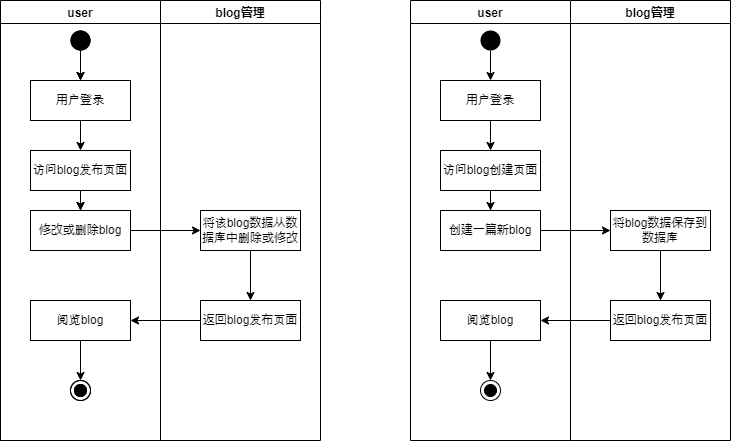
shitsumazyo/TestWeb keeps this draw.io diagram as graph/activity3-Page-1.drawio.png. Above is the earlier version. Source tidied: cells renumbered, new cells last; positions are measured from the earlier drawing's top-left corner, leaving out a move shared by most shapes.
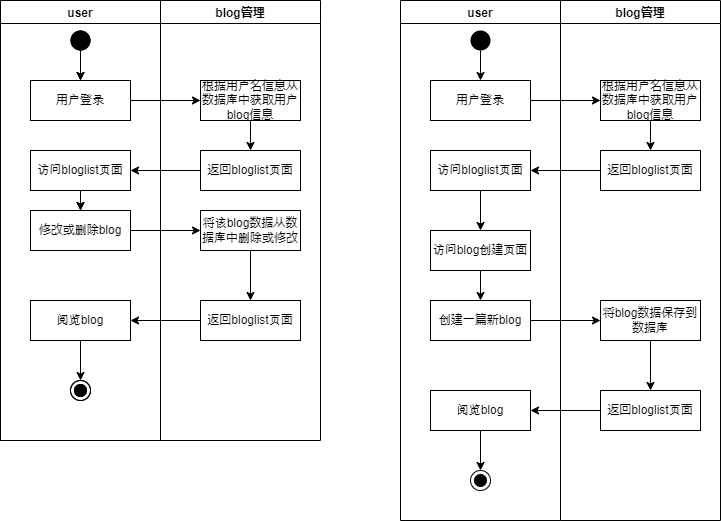
After the commit.

What changed in the source:
```diff
@@ -3,13 +3,13 @@
     <mxCell id="0" />
     <mxCell id="1" parent="0" />
     <mxCell id="2" value="user" style="swimlane;startSize=23;" parent="1" vertex="1">
-      <mxGeometry x="410" width="160" height="440" as="geometry" />
+      <mxGeometry x="400" width="160" height="520" as="geometry" />
     </mxCell>
     <mxCell id="3" style="edgeStyle=orthogonalEdgeStyle;rounded=0;jettySize=auto;html=1;" parent="2" edge="1" source="4" target="7">
       <mxGeometry relative="1" as="geometry" />
     </mxCell>
     <mxCell id="4" value="访问blog创建页面" style="rounded=0;whiteSpace=wrap;html=1;" parent="2" vertex="1">
-      <mxGeometry x="30" y="150" width="100" height="40" as="geometry" />
+      <mxGeometry x="30" y="230" width="100" height="40" as="geometry" />
     </mxCell>
     <mxCell id="5" style="ellipse;fillColor=#000000;strokeColor=none;" parent="2" vertex="1">
       <mxGeometry x="70" y="30" width="20" height="20" as="geometry" />
@@ -20,43 +20,53 @@
       </mxGeometry>
     </mxCell>
     <mxCell id="7" value="创建一篇新blog" style="rounded=0;whiteSpace=wrap;html=1;" parent="2" vertex="1">
-      <mxGeometry x="30" y="210" width="100" height="40" as="geometry" />
+      <mxGeometry x="30" y="300" width="100" height="40" as="geometry" />
     </mxCell>
     <mxCell id="8" value="阅览blog" style="rounded=0;whiteSpace=wrap;html=1;" parent="2" vertex="1">
-      <mxGeometry x="30" y="300" width="100" height="40" as="geometry" />
+      <mxGeometry x="30" y="390" width="100" height="40" as="geometry" />
     </mxCell>
     <mxCell id="9" style="ellipse;html=1;shape=endState;fillColor=#000000;strokeColor=#000000;rounded=0;shadow=0;glass=0;sketch=0;" parent="2" vertex="1">
-      <mxGeometry x="70" y="380" width="20" height="20" as="geometry" />
+      <mxGeometry x="70" y="470" width="20" height="20" as="geometry" />
     </mxCell>
     <mxCell id="10" value="用户登录" style="rounded=0;whiteSpace=wrap;html=1;" parent="2" vertex="1">
       <mxGeometry x="30" y="80" width="100" height="40" as="geometry" />
     </mxCell>
-    <mxCell id="11" style="endArrow=classic;html=1;rounded=0;fontSize=17;exitX=0.5;exitY=1;exitDx=0;exitDy=0;entryX=0.5;entryY=0;entryDx=0;entryDy=0;" parent="2" edge="1" source="10" target="4">
-      <mxGeometry relative="1" as="geometry" />
-    </mxCell>
+    <mxCell id="44" value="访问bloglist页面" style="rounded=0;whiteSpace=wrap;html=1;" parent="2" vertex="1">
+      <mxGeometry x="30" y="150" width="100" height="40" as="geometry" />
+    </mxCell>
+    <mxCell id="45" style="endArrow=classic;html=1;rounded=0;fontSize=17;exitX=0.5;exitY=1;exitDx=0;exitDy=0;" parent="2" edge="1" source="44" target="4">
+      <mxGeometry relative="1" as="geometry" />
+    </mxCell>
+    <mxCell id="46" style="endArrow=classic;html=1;rounded=0;fontSize=17;exitX=0.5;exitY=1;exitDx=0;exitDy=0;entryX=0.5;entryY=0;entryDx=0;entryDy=0;" parent="2" edge="1" source="8" target="9">
+      <mxGeometry relative="1" as="geometry" />
+    </mxCell>
     <mxCell id="12" value="blog管理" style="swimlane;startSize=23;gradientColor=none;rounded=0;" parent="1" vertex="1">
-      <mxGeometry x="570" width="160" height="440" as="geometry" />
+      <mxGeometry x="560" width="160" height="520" as="geometry" />
     </mxCell>
     <mxCell id="13" value="将blog数据保存到数据库" style="rounded=0;whiteSpace=wrap;html=1;" parent="12" vertex="1">
-      <mxGeometry x="40" y="210" width="100" height="40" as="geometry" />
+      <mxGeometry x="40" y="300" width="100" height="40" as="geometry" />
     </mxCell>
-    <mxCell id="14" value="返回blog发布页面" style="rounded=0;whiteSpace=wrap;html=1;" parent="12" vertex="1">
-      <mxGeometry x="40" y="300" width="100" height="40" as="geometry" />
+    <mxCell id="14" value="返回bloglist页面" style="rounded=0;whiteSpace=wrap;html=1;" parent="12" vertex="1">
+      <mxGeometry x="40" y="390" width="100" height="40" as="geometry" />
     </mxCell>
     <mxCell id="15" style="endArrow=classic;html=1;rounded=0;entryX=0.5;entryY=0;entryDx=0;entryDy=0;exitX=0.5;exitY=1;exitDx=0;exitDy=0;" parent="12" edge="1" source="13" target="14">
       <mxGeometry relative="1" as="geometry" />
     </mxCell>
+    <mxCell id="47" value="根据用户名信息从数据库中获取用户blog信息" style="rounded=0;whiteSpace=wrap;html=1;" parent="12" vertex="1">
+      <mxGeometry x="40" y="80" width="100" height="40" as="geometry" />
+    </mxCell>
+    <mxCell id="48" value="返回bloglist页面" style="rounded=0;whiteSpace=wrap;html=1;" parent="12" vertex="1">
+      <mxGeometry x="40" y="150" width="100" height="40" as="geometry" />
+    </mxCell>
+    <mxCell id="49" style="endArrow=classic;html=1;rounded=0;fontSize=17;exitX=0.5;exitY=1;exitDx=0;exitDy=0;entryX=0.5;entryY=0;entryDx=0;entryDy=0;" parent="12" edge="1" source="47" target="48">
+      <mxGeometry relative="1" as="geometry" />
+    </mxCell>
     <mxCell id="16" style="endArrow=classic;html=1;rounded=0;exitX=1;exitY=0.5;exitDx=0;exitDy=0;entryX=0;entryY=0.5;entryDx=0;entryDy=0;" parent="1" edge="1" source="7" target="13">
       <mxGeometry relative="1" as="geometry" />
     </mxCell>
     <mxCell id="17" style="endArrow=classic;html=1;rounded=0;exitX=0;exitY=0.5;exitDx=0;exitDy=0;entryX=1;entryY=0.5;entryDx=0;entryDy=0;" parent="1" edge="1" source="14" target="8">
       <mxGeometry relative="1" as="geometry" />
     </mxCell>
-    <mxCell id="18" style="endArrow=classic;html=1;rounded=0;exitX=0.5;exitY=1;exitDx=0;exitDy=0;" parent="1" edge="1" source="8">
-      <mxGeometry relative="1" as="geometry">
-        <mxPoint x="490" y="380" as="targetPoint" />
-      </mxGeometry>
-    </mxCell>
     <mxCell id="19" value="user" style="swimlane;startSize=23;" parent="1" vertex="1">
       <mxGeometry width="160" height="440" as="geometry" />
     </mxCell>
@@ -89,7 +99,7 @@
     <mxCell id="28" style="edgeStyle=orthogonalEdgeStyle;rounded=0;jettySize=auto;html=1;" parent="27" edge="1" source="29" target="32">
       <mxGeometry relative="1" as="geometry" />
     </mxCell>
-    <mxCell id="29" value="访问blog发布页面" style="rounded=0;whiteSpace=wrap;html=1;" parent="27" vertex="1">
+    <mxCell id="29" value="访问bloglist页面" style="rounded=0;whiteSpace=wrap;html=1;" parent="27" vertex="1">
       <mxGeometry x="30" y="150" width="100" height="40" as="geometry" />
     </mxCell>
     <mxCell id="30" style="ellipse;fillColor=#000000;strokeColor=none;" parent="27" vertex="1">
@@ -112,21 +122,24 @@
     <mxCell id="35" value="用户登录" style="rounded=0;whiteSpace=wrap;html=1;" parent="27" vertex="1">
       <mxGeometry x="30" y="80" width="100" height="40" as="geometry" />
     </mxCell>
-    <mxCell id="36" style="endArrow=classic;html=1;rounded=0;fontSize=17;exitX=0.5;exitY=1;exitDx=0;exitDy=0;entryX=0.5;entryY=0;entryDx=0;entryDy=0;" parent="27" edge="1" source="35" target="29">
-      <mxGeometry relative="1" as="geometry" />
-    </mxCell>
     <mxCell id="37" value="blog管理" style="swimlane;startSize=23;gradientColor=none;rounded=0;" parent="1" vertex="1">
       <mxGeometry x="160" width="160" height="440" as="geometry" />
     </mxCell>
     <mxCell id="38" value="将该blog数据从数据库中删除或修改" style="rounded=0;whiteSpace=wrap;html=1;" parent="37" vertex="1">
       <mxGeometry x="40" y="210" width="100" height="40" as="geometry" />
     </mxCell>
-    <mxCell id="39" value="返回blog发布页面" style="rounded=0;whiteSpace=wrap;html=1;" parent="37" vertex="1">
+    <mxCell id="39" value="返回bloglist页面" style="rounded=0;whiteSpace=wrap;html=1;" parent="37" vertex="1">
       <mxGeometry x="40" y="300" width="100" height="40" as="geometry" />
     </mxCell>
     <mxCell id="40" style="endArrow=classic;html=1;rounded=0;entryX=0.5;entryY=0;entryDx=0;entryDy=0;exitX=0.5;exitY=1;exitDx=0;exitDy=0;" parent="37" edge="1" source="38" target="39">
       <mxGeometry relative="1" as="geometry" />
     </mxCell>
+    <mxCell id="50" value="根据用户名信息从数据库中获取用户blog信息" style="rounded=0;whiteSpace=wrap;html=1;" parent="37" vertex="1">
+      <mxGeometry x="40" y="80" width="100" height="40" as="geometry" />
+    </mxCell>
+    <mxCell id="51" value="返回bloglist页面" style="rounded=0;whiteSpace=wrap;html=1;" parent="37" vertex="1">
+      <mxGeometry x="40" y="150" width="100" height="40" as="geometry" />
+    </mxCell>
     <mxCell id="41" style="endArrow=classic;html=1;rounded=0;exitX=1;exitY=0.5;exitDx=0;exitDy=0;entryX=0;entryY=0.5;entryDx=0;entryDy=0;" parent="1" edge="1" source="24" target="38">
       <mxGeometry relative="1" as="geometry" />
     </mxCell>
@@ -138,5 +151,24 @@
         <mxPoint x="80" y="380" as="targetPoint" />
       </mxGeometry>
     </mxCell>
+    <mxCell id="52" style="endArrow=classic;html=1;rounded=0;fontSize=17;exitX=1;exitY=0.5;exitDx=0;exitDy=0;" parent="1" edge="1" source="35">
+      <mxGeometry relative="1" as="geometry">
+        <mxPoint x="200" y="100" as="targetPoint" />
+      </mxGeometry>
+    </mxCell>
+    <mxCell id="53" style="endArrow=classic;html=1;rounded=0;fontSize=17;exitX=0.5;exitY=1;exitDx=0;exitDy=0;" parent="1" edge="1" source="50">
+      <mxGeometry relative="1" as="geometry">
+        <mxPoint x="250" y="150" as="targetPoint" />
+      </mxGeometry>
+    </mxCell>
+    <mxCell id="54" style="endArrow=classic;html=1;rounded=0;fontSize=17;exitX=0;exitY=0.5;exitDx=0;exitDy=0;entryX=1;entryY=0.5;entryDx=0;entryDy=0;" parent="1" edge="1" source="51" target="29">
+      <mxGeometry relative="1" as="geometry" />
+    </mxCell>
+    <mxCell id="11" style="endArrow=classic;html=1;rounded=0;fontSize=17;exitX=1;exitY=0.5;exitDx=0;exitDy=0;entryX=0;entryY=0.5;entryDx=0;entryDy=0;" parent="1" edge="1" source="10" target="47">
+      <mxGeometry relative="1" as="geometry" />
+    </mxCell>
+    <mxCell id="55" style="endArrow=classic;html=1;rounded=0;fontSize=17;exitX=0;exitY=0.5;exitDx=0;exitDy=0;entryX=1;entryY=0.5;entryDx=0;entryDy=0;" parent="1" edge="1" source="48" target="44">
+      <mxGeometry relative="1" as="geometry" />
+    </mxCell>
   </root>
 </mxGraphModel>
```
